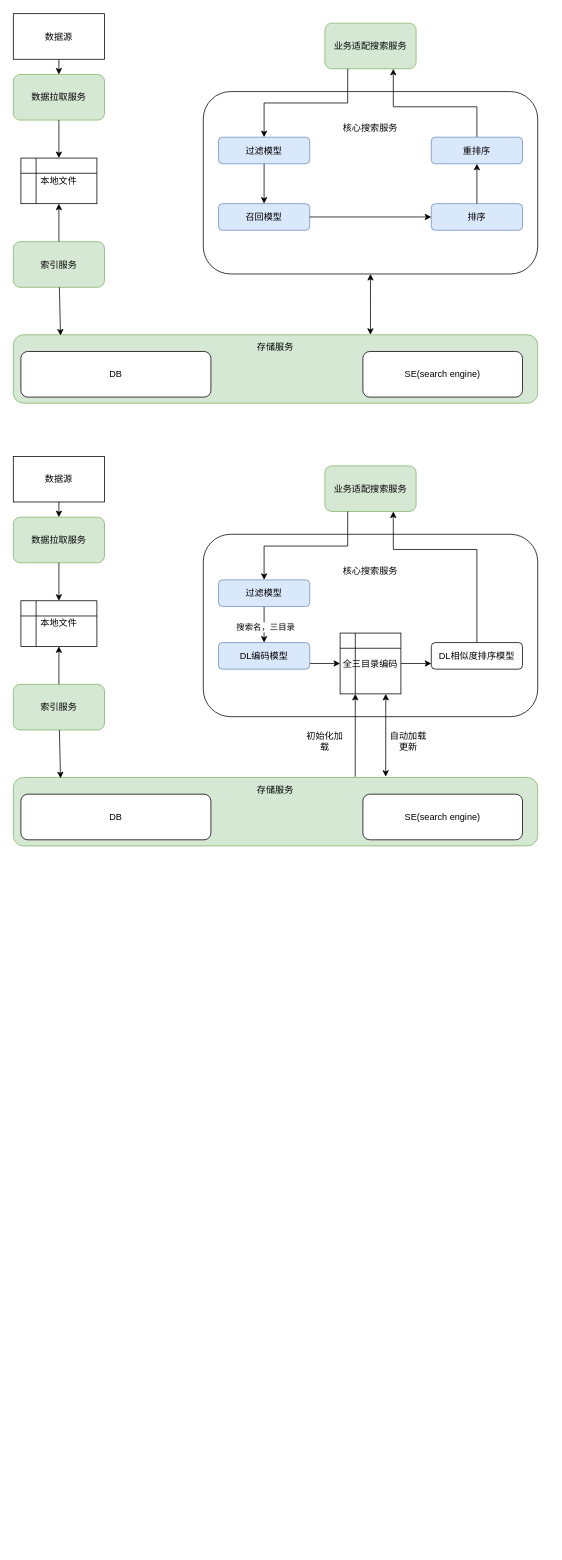
XiaoLiuAI/diagrams keeps this draw.io diagram as page "数据流向图" (2 of 5) of 对码架构.drawio. Above is the earlier version. Source tidied: cells renumbered, new cells numbered last; positions are measured from the earlier drawing's top-left corner, leaving out a move shared by most shapes. Both pictures are drawn from the tidied source at 76%, with x=0, y=0 at pixel (13, 14).
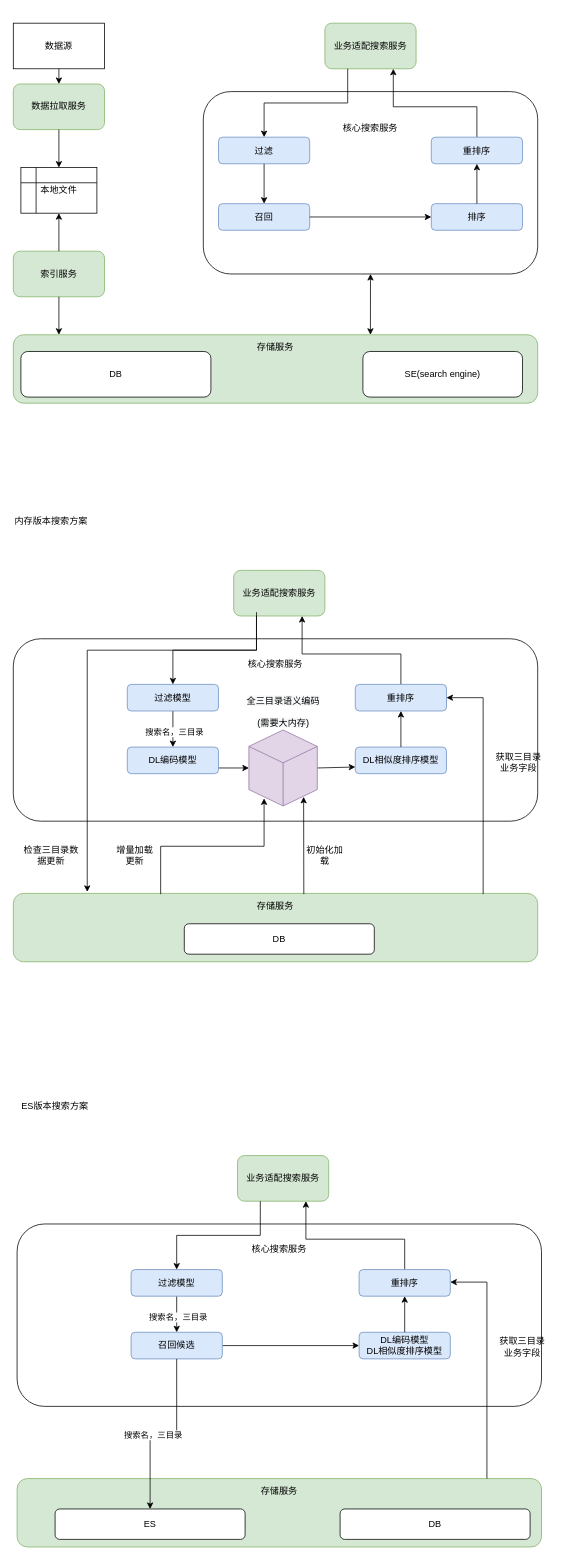
The same page after the edit.

Unchanged cells that the change refers to:
```xml
<mxCell id="2" value="存储服务&lt;br&gt;&lt;br&gt;&lt;br&gt;&lt;br&gt;&lt;br&gt;" style="rounded=1;whiteSpace=wrap;html=1;fillColor=#d5e8d4;strokeColor=#82b366;" parent="1" vertex="1">
  <mxGeometry y="422" width="690" height="90" as="geometry" />
</mxCell>
```

What changed in the source:
```diff
@@
     <mxCell id="4" value="数据拉取服务" style="rounded=1;whiteSpace=wrap;html=1;fillColor=#d5e8d4;strokeColor=#82b366;" parent="1" vertex="1">
-      <mxGeometry y="79.5" width="120" height="60" as="geometry" />
+      <mxGeometry y="92" width="120" height="60" as="geometry" />
     </mxCell>
@@
     <mxCell id="6" value="本地文件" style="shape=internalStorage;whiteSpace=wrap;html=1;backgroundOutline=1;" parent="1" vertex="1">
-      <mxGeometry x="10" y="189.5" width="100" height="60" as="geometry" />
+      <mxGeometry x="10" y="202" width="100" height="60" as="geometry" />
     </mxCell>
     <mxCell id="7" value="索引服务" style="rounded=1;whiteSpace=wrap;html=1;fillColor=#d5e8d4;strokeColor=#82b366;" parent="1" vertex="1">
-      <mxGeometry y="299.5" width="120" height="60" as="geometry" />
+      <mxGeometry y="312" width="120" height="60" as="geometry" />
     </mxCell>
@@
-    <mxCell id="12" style="endArrow=classic;html=1;rounded=0;entryX=0.09;entryY=0.011;entryDx=0;entryDy=0;entryPerimeter=0;" parent="1" edge="1" source="7" target="2">
-      <mxGeometry relative="1" as="geometry" />
+    <mxCell id="12" style="endArrow=classic;html=1;rounded=0;" parent="1" edge="1" source="7">
+      <mxGeometry relative="1" as="geometry">
+        <mxPoint x="60" y="422" as="targetPoint" />
+      </mxGeometry>
     </mxCell>
@@
     <mxCell id="16" value="数据源" style="rounded=0;whiteSpace=wrap;html=1;" parent="1" vertex="1">
-      <mxGeometry y="-0.5" width="120" height="60" as="geometry" />
+      <mxGeometry y="12" width="120" height="60" as="geometry" />
     </mxCell>
     <mxCell id="17" value="存储服务&lt;br&gt;&lt;br&gt;&lt;br&gt;&lt;br&gt;&lt;br&gt;" style="rounded=1;whiteSpace=wrap;html=1;fillColor=#d5e8d4;strokeColor=#82b366;" parent="1" vertex="1">
-      <mxGeometry y="1004.5" width="690" height="90" as="geometry" />
+      <mxGeometry y="1157" width="690" height="90" as="geometry" />
     </mxCell>
-    <mxCell id="18" value="核心搜索服务&lt;br&gt;&lt;br&gt;&lt;br&gt;&lt;br&gt;&lt;br&gt;&lt;br&gt;&lt;br&gt;&lt;br&gt;&lt;br&gt;&lt;br&gt;&lt;br&gt;" style="rounded=1;whiteSpace=wrap;html=1;" parent="1" vertex="1">
-      <mxGeometry x="250" y="684.5" width="440" height="240" as="geometry" />
+    <mxCell id="18" value="核心搜索服务&lt;br&gt;&lt;br&gt;&lt;br&gt;&lt;br&gt;&lt;br&gt;&lt;br&gt;&lt;br&gt;&lt;br&gt;&lt;br&gt;&lt;br&gt;&lt;br&gt;&lt;br&gt;&lt;br&gt;" style="rounded=1;whiteSpace=wrap;html=1;" parent="1" vertex="1">
+      <mxGeometry y="822" width="690" height="240" as="geometry" />
     </mxCell>
-    <mxCell id="19" value="数据拉取服务" style="rounded=1;whiteSpace=wrap;html=1;fillColor=#d5e8d4;strokeColor=#82b366;" parent="1" vertex="1">
-      <mxGeometry y="662" width="120" height="60" as="geometry" />
-    </mxCell>
-    <mxCell id="20" style="endArrow=classic;html=1;rounded=0;exitX=0.5;exitY=1;exitDx=0;exitDy=0;" parent="1" edge="1" source="19" target="21">
-      <mxGeometry relative="1" as="geometry" />
-    </mxCell>
-    <mxCell id="21" value="本地文件" style="shape=internalStorage;whiteSpace=wrap;html=1;backgroundOutline=1;" parent="1" vertex="1">
-      <mxGeometry x="10" y="772" width="100" height="60" as="geometry" />
-    </mxCell>
-    <mxCell id="22" value="索引服务" style="rounded=1;whiteSpace=wrap;html=1;fillColor=#d5e8d4;strokeColor=#82b366;" parent="1" vertex="1">
-      <mxGeometry y="882" width="120" height="60" as="geometry" />
-    </mxCell>
-    <mxCell id="23" style="endArrow=classic;html=1;rounded=0;entryX=0.5;entryY=1;entryDx=0;entryDy=0;" parent="1" edge="1" source="22" target="21">
-      <mxGeometry relative="1" as="geometry" />
-    </mxCell>
     <mxCell id="24" value="业务适配搜索服务" style="rounded=1;whiteSpace=wrap;html=1;fillColor=#d5e8d4;strokeColor=#82b366;" parent="1" vertex="1">
-      <mxGeometry x="410" y="594.5" width="120" height="60" as="geometry" />
+      <mxGeometry x="290" y="732" width="120" height="60" as="geometry" />
     </mxCell>
@@
-    <mxCell id="27" style="endArrow=classic;html=1;rounded=0;exitX=1;exitY=0.5;exitDx=0;exitDy=0;entryX=0;entryY=0.5;entryDx=0;entryDy=0;" parent="1" edge="1" source="28">
-      <mxGeometry relative="1" as="geometry">
-        <mxPoint x="550" y="854.5" as="targetPoint" />
-      </mxGeometry>
+    <mxCell id="27" style="endArrow=classic;html=1;rounded=0;exitX=1;exitY=0.5;exitDx=0;exitDy=0;entryX=0;entryY=0.75;entryDx=0;entryDy=0;exitPerimeter=0;" parent="1" edge="1" source="56" target="36">
+      <mxGeometry relative="1" as="geometry" />
     </mxCell>
-    <mxCell id="28" value="全三目录编码" style="shape=internalStorage;whiteSpace=wrap;html=1;backgroundOutline=1;" parent="1" vertex="1">
-      <mxGeometry x="430" y="814.5" width="80" height="80" as="geometry" />
-    </mxCell>
-    <mxCell id="29" style="endArrow=classic;html=1;rounded=0;exitX=1;exitY=0.5;exitDx=0;exitDy=0;entryX=0;entryY=0.5;entryDx=0;entryDy=0;" parent="1" edge="1" target="28">
+    <mxCell id="29" style="endArrow=classic;html=1;rounded=0;exitX=1;exitY=0.5;exitDx=0;exitDy=0;entryX=0;entryY=0.5;entryDx=0;entryDy=0;entryPerimeter=0;" parent="1" edge="1" target="56">
       <mxGeometry relative="1" as="geometry">
-        <mxPoint x="390" y="854.5" as="sourcePoint" />
+        <mxPoint x="270" y="992" as="sourcePoint" />
       </mxGeometry>
     </mxCell>
     <mxCell id="30" value="过滤模型" style="rounded=1;whiteSpace=wrap;html=1;fillColor=#dae8fc;strokeColor=#6c8ebf;" parent="1" vertex="1">
-      <mxGeometry x="270" y="744.5" width="120" height="35" as="geometry" />
+      <mxGeometry x="150" y="882" width="120" height="35" as="geometry" />
     </mxCell>
     <mxCell id="31" value="DB" style="rounded=1;whiteSpace=wrap;html=1;" parent="1" vertex="1">
-      <mxGeometry x="10" y="1026.5" width="250" height="60" as="geometry" />
+      <mxGeometry x="225" y="1197" width="250" height="40" as="geometry" />
     </mxCell>
-    <mxCell id="32" value="SE(search engine)" style="rounded=1;whiteSpace=wrap;html=1;" parent="1" vertex="1">
-      <mxGeometry x="460" y="1026.5" width="210" height="60" as="geometry" />
-    </mxCell>
-    <mxCell id="33" style="endArrow=classic;html=1;rounded=0;entryX=0.09;entryY=0.011;entryDx=0;entryDy=0;entryPerimeter=0;" parent="1" edge="1" source="22" target="17">
-      <mxGeometry relative="1" as="geometry" />
-    </mxCell>
@@
     <mxCell id="35" value="DL编码模型" style="rounded=1;whiteSpace=wrap;html=1;fillColor=#dae8fc;strokeColor=#6c8ebf;" parent="1" vertex="1">
-      <mxGeometry x="270" y="827" width="120" height="35" as="geometry" />
+      <mxGeometry x="150" y="964.5" width="120" height="35" as="geometry" />
     </mxCell>
-    <mxCell id="36" value="DL相似度排序模型" style="rounded=1;whiteSpace=wrap;html=1;" parent="1" vertex="1">
-      <mxGeometry x="550" y="827" width="120" height="35" as="geometry" />
+    <mxCell id="36" value="DL相似度排序模型" style="rounded=1;whiteSpace=wrap;html=1;fillColor=#dae8fc;strokeColor=#6c8ebf;" parent="1" vertex="1">
+      <mxGeometry x="450" y="964.5" width="120" height="35" as="geometry" />
     </mxCell>
-    <mxCell id="37" style="edgeStyle=elbowEdgeStyle;elbow=vertical;endArrow=classic;html=1;rounded=0;entryX=0.75;entryY=1;entryDx=0;entryDy=0;exitX=0.5;exitY=0;exitDx=0;exitDy=0;" parent="1" edge="1" source="36" target="24">
+    <mxCell id="37" style="edgeStyle=elbowEdgeStyle;elbow=vertical;endArrow=classic;html=1;rounded=0;entryX=0.75;entryY=1;entryDx=0;entryDy=0;" parent="1" edge="1" source="58" target="24">
       <mxGeometry relative="1" as="geometry">
         <Array as="points">
-          <mxPoint x="560" y="704.5" />
+          <mxPoint x="430" y="842" />
         </Array>
       </mxGeometry>
     </mxCell>
-    <mxCell id="38" style="edgeStyle=orthogonalEdgeStyle;rounded=0;jettySize=auto;html=1;exitX=0.5;exitY=1;exitDx=0;exitDy=0;entryX=0.5;entryY=0;entryDx=0;entryDy=0;" parent="1" edge="1" source="39" target="19">
-      <mxGeometry relative="1" as="geometry" />
-    </mxCell>
-    <mxCell id="39" value="数据源" style="rounded=0;whiteSpace=wrap;html=1;" parent="1" vertex="1">
-      <mxGeometry y="582" width="120" height="60" as="geometry" />
-    </mxCell>
-    <mxCell id="40" style="endArrow=classic;html=1;rounded=0;entryX=0.25;entryY=1;entryDx=0;entryDy=0;exitX=0.652;exitY=-0.011;exitDx=0;exitDy=0;exitPerimeter=0;" parent="1" edge="1" source="17" target="28">
+    <mxCell id="40" style="endArrow=classic;html=1;rounded=0;entryX=0.8;entryY=0.88;entryDx=0;entryDy=0;entryPerimeter=0;exitX=0.554;exitY=0.011;exitDx=0;exitDy=0;exitPerimeter=0;" parent="1" edge="1" source="17" target="56">
       <mxGeometry relative="1" as="geometry" />
     </mxCell>
     <mxCell id="41" value="初始化加载" style="text;html=1;strokeColor=none;fillColor=none;align=center;verticalAlign=middle;whiteSpace=wrap;rounded=0;" parent="1" vertex="1">
-      <mxGeometry x="380" y="942" width="60" height="30" as="geometry" />
+      <mxGeometry x="380" y="1092" width="60" height="30" as="geometry" />
     </mxCell>
-    <mxCell id="42" style="endArrow=classic;html=1;rounded=0;entryX=0.25;entryY=1;entryDx=0;entryDy=0;exitX=0.652;exitY=-0.011;exitDx=0;exitDy=0;exitPerimeter=0;startArrow=classic;startFill=1;" parent="1" edge="1">
-      <mxGeometry relative="1" as="geometry">
-        <mxPoint x="490" y="1003.5" as="sourcePoint" />
-        <mxPoint x="490.1" y="894.5" as="targetPoint" />
-      </mxGeometry>
-    </mxCell>
-    <mxCell id="43" value="自动加载更新" style="text;html=1;strokeColor=none;fillColor=none;align=center;verticalAlign=middle;whiteSpace=wrap;rounded=0;" parent="1" vertex="1">
-      <mxGeometry x="490" y="942" width="60" height="30" as="geometry" />
+    <mxCell id="43" value="增量加载更新" style="text;html=1;strokeColor=none;fillColor=none;align=center;verticalAlign=middle;whiteSpace=wrap;rounded=0;" parent="1" vertex="1">
+      <mxGeometry x="130" y="1092" width="60" height="30" as="geometry" />
     </mxCell>
-    <mxCell id="44" value="过滤模型" style="rounded=1;whiteSpace=wrap;html=1;fillColor=#dae8fc;strokeColor=#6c8ebf;" parent="1" vertex="1">
+    <mxCell id="44" value="过滤" style="rounded=1;whiteSpace=wrap;html=1;fillColor=#dae8fc;strokeColor=#6c8ebf;" parent="1" vertex="1">
       <mxGeometry x="270" y="162" width="120" height="35" as="geometry" />
     </mxCell>
-    <mxCell id="45" value="召回模型" style="rounded=1;whiteSpace=wrap;html=1;fillColor=#dae8fc;strokeColor=#6c8ebf;" parent="1" vertex="1">
+    <mxCell id="45" value="召回" style="rounded=1;whiteSpace=wrap;html=1;fillColor=#dae8fc;strokeColor=#6c8ebf;" parent="1" vertex="1">
       <mxGeometry x="270" y="249.5" width="120" height="35" as="geometry" />
     </mxCell>
@@
+    <mxCell id="52" value="内存版本搜索方案" style="text;html=1;strokeColor=none;fillColor=none;align=center;verticalAlign=middle;whiteSpace=wrap;rounded=0;" parent="1" vertex="1">
+      <mxGeometry y="652" width="100" height="30" as="geometry" />
+    </mxCell>
+    <mxCell id="53" style="edgeStyle=elbowEdgeStyle;elbow=vertical;endArrow=classic;html=1;rounded=0;exitX=0.25;exitY=1;exitDx=0;exitDy=0;entryX=0.141;entryY=-0.022;entryDx=0;entryDy=0;entryPerimeter=0;" parent="1" edge="1" target="17">
+      <mxGeometry relative="1" as="geometry">
+        <mxPoint x="320" y="787" as="sourcePoint" />
+        <Array as="points">
+          <mxPoint x="200" y="837" />
+        </Array>
+      </mxGeometry>
+    </mxCell>
+    <mxCell id="54" value="检查三目录数据更新" style="text;html=1;strokeColor=none;fillColor=none;align=center;verticalAlign=middle;whiteSpace=wrap;rounded=0;" parent="1" vertex="1">
+      <mxGeometry x="10" y="1092" width="80" height="30" as="geometry" />
+    </mxCell>
+    <mxCell id="55" style="edgeStyle=elbowEdgeStyle;elbow=vertical;endArrow=classic;html=1;rounded=0;exitX=0.281;exitY=0.011;exitDx=0;exitDy=0;exitPerimeter=0;entryX=0.222;entryY=0.9;entryDx=0;entryDy=0;entryPerimeter=0;" parent="1" edge="1" source="17" target="56">
+      <mxGeometry relative="1" as="geometry" />
+    </mxCell>
+    <mxCell id="56" style="html=1;whiteSpace=wrap;shape=isoCube2;backgroundOutline=1;isoAngle=15;rounded=1;sketch=0;fillColor=#e1d5e7;strokeColor=#9673a6;" parent="1" vertex="1">
+      <mxGeometry x="310" y="942" width="90" height="100" as="geometry" />
+    </mxCell>
+    <mxCell id="57" value="&lt;span style=&quot;color: rgb(0, 0, 0); font-family: Helvetica; font-size: 12px; font-style: normal; font-variant-ligatures: normal; font-variant-caps: normal; font-weight: 400; letter-spacing: normal; orphans: 2; text-align: center; text-indent: 0px; text-transform: none; widows: 2; word-spacing: 0px; -webkit-text-stroke-width: 0px; background-color: rgb(248, 249, 250); text-decoration-thickness: initial; text-decoration-style: initial; text-decoration-color: initial; float: none; display: inline !important;&quot;&gt;全三目录语义编码&lt;/span&gt;&lt;br style=&quot;color: rgb(0, 0, 0); font-family: Helvetica; font-size: 12px; font-style: normal; font-variant-ligatures: normal; font-variant-caps: normal; font-weight: 400; letter-spacing: normal; orphans: 2; text-align: center; text-indent: 0px; text-transform: none; widows: 2; word-spacing: 0px; -webkit-text-stroke-width: 0px; background-color: rgb(248, 249, 250); text-decoration-thickness: initial; text-decoration-style: initial; text-decoration-color: initial;&quot;&gt;&lt;span style=&quot;color: rgb(0, 0, 0); font-family: Helvetica; font-size: 12px; font-style: normal; font-variant-ligatures: normal; font-variant-caps: normal; font-weight: 400; letter-spacing: normal; orphans: 2; text-align: center; text-indent: 0px; text-transform: none; widows: 2; word-spacing: 0px; -webkit-text-stroke-width: 0px; background-color: rgb(248, 249, 250); text-decoration-thickness: initial; text-decoration-style: initial; text-decoration-color: initial; float: none; display: inline !important;&quot;&gt;(需要大内存)&lt;/span&gt;" style="text;strokeColor=none;fillColor=none;html=1;fontSize=24;fontStyle=1;verticalAlign=middle;align=center;rounded=1;sketch=0;" parent="1" vertex="1">
+      <mxGeometry x="305" y="894" width="100" height="40" as="geometry" />
+    </mxCell>
+    <mxCell id="58" value="重排序" style="rounded=1;whiteSpace=wrap;html=1;fillColor=#dae8fc;strokeColor=#6c8ebf;" parent="1" vertex="1">
+      <mxGeometry x="450" y="882" width="120" height="35" as="geometry" />
+    </mxCell>
+    <mxCell id="59" style="endArrow=classic;html=1;rounded=0;entryX=0.5;entryY=1;entryDx=0;entryDy=0;" parent="1" edge="1" source="36" target="58">
+      <mxGeometry relative="1" as="geometry" />
+    </mxCell>
+    <mxCell id="60" value="存储服务&lt;br&gt;&lt;br&gt;&lt;br&gt;&lt;br&gt;&lt;br&gt;" style="rounded=1;whiteSpace=wrap;html=1;fillColor=#d5e8d4;strokeColor=#82b366;" parent="1" vertex="1">
+      <mxGeometry x="5" y="1927" width="690" height="90" as="geometry" />
+    </mxCell>
+    <mxCell id="61" value="核心搜索服务&lt;br&gt;&lt;br&gt;&lt;br&gt;&lt;br&gt;&lt;br&gt;&lt;br&gt;&lt;br&gt;&lt;br&gt;&lt;br&gt;&lt;br&gt;&lt;br&gt;&lt;br&gt;&lt;br&gt;" style="rounded=1;whiteSpace=wrap;html=1;" parent="1" vertex="1">
+      <mxGeometry x="5" y="1592" width="690" height="240" as="geometry" />
+    </mxCell>
+    <mxCell id="62" value="业务适配搜索服务" style="rounded=1;whiteSpace=wrap;html=1;fillColor=#d5e8d4;strokeColor=#82b366;" parent="1" vertex="1">
+      <mxGeometry x="295" y="1502" width="120" height="60" as="geometry" />
+    </mxCell>
+    <mxCell id="63" style="edgeStyle=elbowEdgeStyle;elbow=vertical;endArrow=classic;html=1;rounded=0;exitX=0.5;exitY=1;exitDx=0;exitDy=0;" parent="1" edge="1" source="66" target="69">
+      <mxGeometry relative="1" as="geometry" />
+    </mxCell>
+    <mxCell id="64" value="搜索名，三目录" style="edgeLabel;html=1;align=center;verticalAlign=middle;" parent="63" vertex="1">
+      <mxGeometry x="0.12" y="1" relative="1" as="geometry" />
+    </mxCell>
+    <mxCell id="65" style="endArrow=classic;html=1;rounded=0;exitX=1;exitY=0.5;exitDx=0;exitDy=0;entryX=0;entryY=0.5;entryDx=0;entryDy=0;" parent="1" edge="1" source="69" target="70">
+      <mxGeometry relative="1" as="geometry" />
+    </mxCell>
+    <mxCell id="66" value="过滤模型" style="rounded=1;whiteSpace=wrap;html=1;fillColor=#dae8fc;strokeColor=#6c8ebf;" parent="1" vertex="1">
+      <mxGeometry x="155" y="1652" width="120" height="35" as="geometry" />
+    </mxCell>
+    <mxCell id="67" value="DB" style="rounded=1;whiteSpace=wrap;html=1;" parent="1" vertex="1">
+      <mxGeometry x="430" y="1967" width="250" height="40" as="geometry" />
+    </mxCell>
+    <mxCell id="68" style="edgeStyle=elbowEdgeStyle;elbow=vertical;endArrow=classic;html=1;rounded=0;exitX=0.25;exitY=1;exitDx=0;exitDy=0;entryX=0.5;entryY=0;entryDx=0;entryDy=0;" parent="1" edge="1" source="62" target="66">
+      <mxGeometry relative="1" as="geometry" />
+    </mxCell>
+    <mxCell id="69" value="召回候选" style="rounded=1;whiteSpace=wrap;html=1;fillColor=#dae8fc;strokeColor=#6c8ebf;" parent="1" vertex="1">
+      <mxGeometry x="155" y="1734.5" width="120" height="35" as="geometry" />
+    </mxCell>
+    <mxCell id="70" value="DL编码模型&lt;br&gt;DL相似度排序模型" style="rounded=1;whiteSpace=wrap;html=1;fillColor=#dae8fc;strokeColor=#6c8ebf;" parent="1" vertex="1">
+      <mxGeometry x="455" y="1734.5" width="120" height="35" as="geometry" />
+    </mxCell>
+    <mxCell id="71" style="edgeStyle=elbowEdgeStyle;elbow=vertical;endArrow=classic;html=1;rounded=0;entryX=0.75;entryY=1;entryDx=0;entryDy=0;" parent="1" edge="1" source="73" target="62">
+      <mxGeometry relative="1" as="geometry">
+        <Array as="points">
+          <mxPoint x="435" y="1612" />
+        </Array>
+      </mxGeometry>
+    </mxCell>
+    <mxCell id="72" value="ES版本搜索方案" style="text;html=1;strokeColor=none;fillColor=none;align=center;verticalAlign=middle;whiteSpace=wrap;rounded=0;" parent="1" vertex="1">
+      <mxGeometry x="5" y="1422" width="100" height="30" as="geometry" />
+    </mxCell>
+    <mxCell id="73" value="重排序" style="rounded=1;whiteSpace=wrap;html=1;fillColor=#dae8fc;strokeColor=#6c8ebf;" parent="1" vertex="1">
+      <mxGeometry x="455" y="1652" width="120" height="35" as="geometry" />
+    </mxCell>
+    <mxCell id="74" style="endArrow=classic;html=1;rounded=0;entryX=0.5;entryY=1;entryDx=0;entryDy=0;" parent="1" edge="1" source="70" target="73">
+      <mxGeometry relative="1" as="geometry" />
+    </mxCell>
+    <mxCell id="75" value="ES" style="rounded=1;whiteSpace=wrap;html=1;" parent="1" vertex="1">
+      <mxGeometry x="55" y="1967" width="250" height="40" as="geometry" />
+    </mxCell>
+    <mxCell id="76" style="edgeStyle=elbowEdgeStyle;elbow=vertical;endArrow=classic;html=1;rounded=0;exitX=0.5;exitY=1;exitDx=0;exitDy=0;" parent="1" edge="1" source="69" target="75">
+      <mxGeometry relative="1" as="geometry" />
+    </mxCell>
+    <mxCell id="77" value="搜索名，三目录" style="edgeLabel;html=1;align=center;verticalAlign=middle;" parent="76" vertex="1">
+      <mxGeometry x="0.12" y="1" relative="1" as="geometry" />
+    </mxCell>
+    <mxCell id="78" style="edgeStyle=segmentEdgeStyle;endArrow=classic;html=1;rounded=0;entryX=1;entryY=0.5;entryDx=0;entryDy=0;exitX=0.896;exitY=0.011;exitDx=0;exitDy=0;exitPerimeter=0;" parent="1" edge="1" source="17" target="58">
+      <mxGeometry relative="1" as="geometry">
+        <Array as="points">
+          <mxPoint x="618" y="900" />
+        </Array>
+      </mxGeometry>
+    </mxCell>
+    <mxCell id="79" value="获取三目录业务字段" style="text;html=1;strokeColor=none;fillColor=none;align=center;verticalAlign=middle;whiteSpace=wrap;rounded=0;" parent="1" vertex="1">
+      <mxGeometry x="630" y="969.5" width="70" height="30" as="geometry" />
+    </mxCell>
+    <mxCell id="80" style="edgeStyle=segmentEdgeStyle;endArrow=classic;html=1;rounded=0;entryX=1;entryY=0.5;entryDx=0;entryDy=0;exitX=0.896;exitY=0.011;exitDx=0;exitDy=0;exitPerimeter=0;" parent="1" edge="1">
+      <mxGeometry relative="1" as="geometry">
+        <mxPoint x="623.2" y="1927" as="sourcePoint" />
+        <mxPoint x="575" y="1668.5" as="targetPoint" />
+        <Array as="points">
+          <mxPoint x="623" y="1669" />
+        </Array>
+      </mxGeometry>
+    </mxCell>
+    <mxCell id="81" value="获取三目录业务字段" style="text;html=1;strokeColor=none;fillColor=none;align=center;verticalAlign=middle;whiteSpace=wrap;rounded=0;" parent="1" vertex="1">
+      <mxGeometry x="635" y="1738.5" width="70" height="30" as="geometry" />
+    </mxCell>
```
